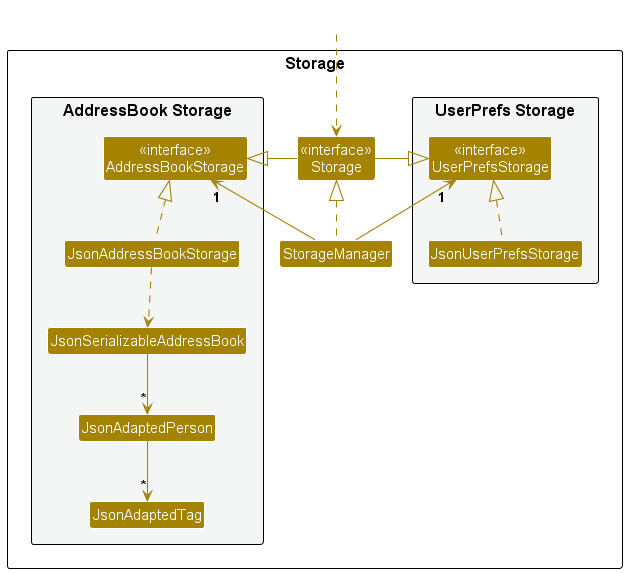
Before: docs/images/StorageClassDiagram.png, a diagram exported from PlantUML (nus-cs2103-AY2425S1/tp).
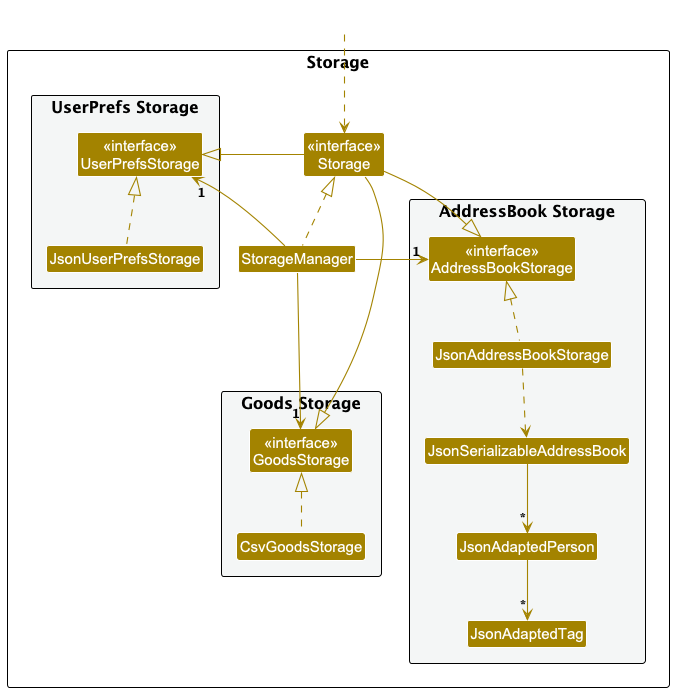
After the change.

What changed in the source:
```diff
@@ -9,6 +9,11 @@
 package "UserPrefs Storage" #F4F6F6{
 Class "<<interface>>\nUserPrefsStorage" as UserPrefsStorage
 Class JsonUserPrefsStorage
+}
+
+package "Goods Storage" #F4F6F6{
+Class "<<interface>>\nGoodsStorage" as GoodsStorage
+Class CsvGoodsStorage
 }
 
 Class "<<interface>>\nStorage" as Storage
@@ -28,14 +33,19 @@
 HiddenOutside ..> Storage
 
 StorageManager .up.|> Storage
-StorageManager -up-> "1" UserPrefsStorage
-StorageManager -up-> "1" AddressBookStorage
+StorageManager -left-> "1" UserPrefsStorage
+StorageManager -down--> "1" GoodsStorage
+StorageManager -right-> "1" AddressBookStorage
 
 Storage -left-|> UserPrefsStorage
+Storage -down--|> GoodsStorage
 Storage -right-|> AddressBookStorage
+
+
 
 JsonUserPrefsStorage .up.|> UserPrefsStorage
 JsonAddressBookStorage .up.|> AddressBookStorage
+CsvGoodsStorage .up.|> GoodsStorage
 JsonAddressBookStorage ..> JsonSerializableAddressBook
 JsonSerializableAddressBook --> "*" JsonAdaptedPerson
 JsonAdaptedPerson --> "*" JsonAdaptedTag
```
